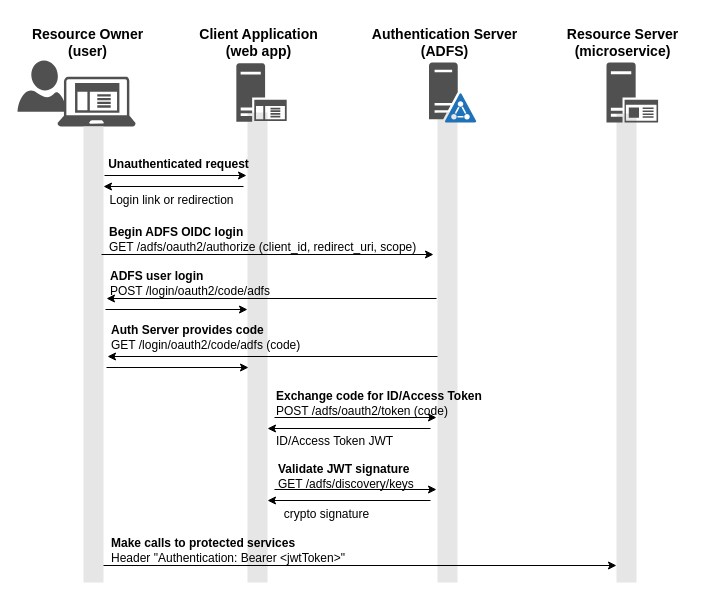
fabianlee/blogcode keeps this draw.io diagram as keycloak/keycloak-oauth2-entities.drawio. Above is the earlier version. Source tidied: cells renumbered, new cells numbered last; positions are measured from the earlier drawing's top-left corner, leaving out a move shared by most shapes. Both pictures are drawn from the tidied source at 100%, with x=0, y=0 at pixel (17, 22). Pictures stored in the file or linked from it are replaced by grey dashed boxes.
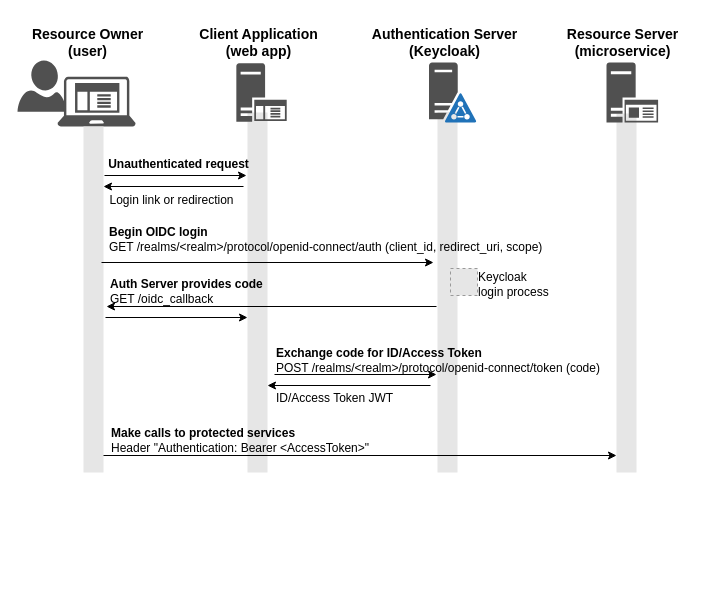
The same page after the edit.

Diff of the diagram source:
```diff
@@
     <mxCell id="2" style="whiteSpace=wrap;html=1;fontSize=14;fillColor=#E6E6E6;strokeColor=none;" parent="1" vertex="1">
-      <mxGeometry x="599" y="91" width="20" height="469" as="geometry" />
+      <mxGeometry x="599" y="91" width="20" height="359" as="geometry" />
     </mxCell>
     <mxCell id="3" style="whiteSpace=wrap;html=1;fontSize=14;fillColor=#E6E6E6;strokeColor=none;" parent="1" vertex="1">
-      <mxGeometry x="420" y="89.3" width="20" height="470.7" as="geometry" />
+      <mxGeometry x="420" y="89.3" width="20" height="360.7" as="geometry" />
     </mxCell>
     <mxCell id="4" style="whiteSpace=wrap;html=1;fontSize=14;fillColor=#E6E6E6;strokeColor=none;" parent="1" vertex="1">
-      <mxGeometry x="230" y="90" width="20" height="470" as="geometry" />
+      <mxGeometry x="230" y="90" width="20" height="360" as="geometry" />
     </mxCell>
@@
-    <mxCell id="12" value="&lt;div&gt;&lt;b&gt;&lt;font style=&quot;font-size: 14px&quot;&gt;Authentication Server&lt;/font&gt;&lt;/b&gt;&lt;/div&gt;&lt;div&gt;&lt;b&gt;&lt;font style=&quot;font-size: 14px&quot;&gt;(ADFS)&lt;br&gt;&lt;/font&gt;&lt;/b&gt;&lt;/div&gt;" style="text;html=1;align=center;verticalAlign=middle;fillColor=none;strokeColor=none;rounded=0;" parent="1" vertex="1">
-      <mxGeometry x="347" width="160" height="40" as="geometry" />
+    <mxCell id="12" value="&lt;div&gt;&lt;b&gt;&lt;font style=&quot;font-size: 14px&quot;&gt;Authentication Server&lt;/font&gt;&lt;/b&gt;&lt;/div&gt;&lt;div&gt;&lt;b&gt;&lt;font style=&quot;font-size: 14px&quot;&gt;(Keycloak)&lt;br&gt;&lt;/font&gt;&lt;/b&gt;&lt;/div&gt;" style="text;html=1;align=center;verticalAlign=middle;fillColor=none;strokeColor=none;rounded=0;" parent="1" vertex="1">
+      <mxGeometry x="342" y="-5" width="170" height="50" as="geometry" />
     </mxCell>
@@
     <mxCell id="14" style="whiteSpace=wrap;html=1;fontSize=14;fillColor=#E6E6E6;strokeColor=none;" parent="1" vertex="1">
-      <mxGeometry x="66" y="104" width="20" height="456" as="geometry" />
+      <mxGeometry x="66" y="104" width="20" height="346" as="geometry" />
     </mxCell>
@@
     <mxCell id="19" style="endArrow=classic;html=1;rounded=0;" parent="1" edge="1">
       <mxGeometry relative="1" as="geometry">
-        <mxPoint x="84" y="232" as="sourcePoint" />
-        <mxPoint x="416" y="232" as="targetPoint" />
+        <mxPoint x="84" y="240" as="sourcePoint" />
+        <mxPoint x="416" y="240" as="targetPoint" />
       </mxGeometry>
     </mxCell>
     <mxCell id="20" style="endArrow=classic;html=1;rounded=0;" parent="1" edge="1">
       <mxGeometry relative="1" as="geometry">
-        <mxPoint x="419" y="276" as="sourcePoint" />
-        <mxPoint x="89" y="276" as="targetPoint" />
+        <mxPoint x="419" y="284" as="sourcePoint" />
+        <mxPoint x="89" y="284" as="targetPoint" />
       </mxGeometry>
     </mxCell>
-    <mxCell id="21" value="&lt;div align=&quot;left&quot;&gt;&lt;b&gt;Begin ADFS OIDC login&lt;/b&gt;&lt;br&gt;&lt;/div&gt;&lt;div align=&quot;left&quot;&gt;GET /adfs/oauth2/authorize (client_id, redirect_uri, scope)&lt;/div&gt;" style="text;html=1;align=left;verticalAlign=middle;fillColor=none;strokeColor=none;rounded=0;fontStyle=0;" parent="1" vertex="1">
-      <mxGeometry x="90" y="202" width="320" height="30" as="geometry" />
+    <mxCell id="21" value="&lt;div align=&quot;left&quot;&gt;&lt;b&gt;Begin OIDC login&lt;/b&gt;&lt;br&gt;&lt;/div&gt;&lt;div align=&quot;left&quot;&gt;GET /realms/&amp;lt;realm&amp;gt;/protocol/openid-connect/auth (client_id, redirect_uri, scope)&lt;/div&gt;" style="text;html=1;align=left;verticalAlign=middle;fillColor=none;strokeColor=none;rounded=0;fontStyle=0;" parent="1" vertex="1">
+      <mxGeometry x="90" y="197" width="460" height="40" as="geometry" />
     </mxCell>
-    <mxCell id="22" value="&lt;div align=&quot;left&quot;&gt;&lt;b&gt;ADFS user login&lt;/b&gt;&lt;br&gt;&lt;/div&gt;&lt;div align=&quot;left&quot;&gt;POST /login/oauth2/code/adfs&lt;/div&gt;" style="text;html=1;align=left;verticalAlign=middle;fillColor=none;strokeColor=none;rounded=0;" parent="1" vertex="1">
-      <mxGeometry x="91" y="246" width="180" height="30" as="geometry" />
+    <mxCell id="22" value="&lt;div align=&quot;left&quot;&gt;&lt;b&gt;Auth Server provides code&lt;/b&gt;&lt;br&gt;&lt;/div&gt;&lt;div align=&quot;left&quot;&gt;GET /oidc_callback&lt;/div&gt;" style="text;html=1;align=left;verticalAlign=middle;fillColor=none;strokeColor=none;rounded=0;" parent="1" vertex="1">
+      <mxGeometry x="91" y="249" width="180" height="40" as="geometry" />
     </mxCell>
     <mxCell id="23" style="endArrow=classic;html=1;rounded=0;" parent="1" edge="1">
       <mxGeometry relative="1" as="geometry">
-        <mxPoint x="88" y="287" as="sourcePoint" />
-        <mxPoint x="230" y="287" as="targetPoint" />
+        <mxPoint x="88" y="295" as="sourcePoint" />
+        <mxPoint x="230" y="295" as="targetPoint" />
       </mxGeometry>
     </mxCell>
-    <mxCell id="24" style="endArrow=classic;html=1;rounded=0;" parent="1" edge="1">
-      <mxGeometry relative="1" as="geometry">
-        <mxPoint x="420" y="334" as="sourcePoint" />
-        <mxPoint x="90" y="334" as="targetPoint" />
-      </mxGeometry>
-    </mxCell>
-    <mxCell id="25" value="&lt;div&gt;&lt;b&gt;Auth Server provides code&lt;/b&gt;&lt;br&gt;&lt;/div&gt;&lt;div&gt;GET /login/oauth2/code/adfs (code)&lt;/div&gt;" style="text;html=1;align=left;verticalAlign=middle;fillColor=none;strokeColor=none;rounded=0;" parent="1" vertex="1">
-      <mxGeometry x="92" y="300" width="210" height="30" as="geometry" />
-    </mxCell>
-    <mxCell id="26" style="endArrow=classic;html=1;rounded=0;" parent="1" edge="1">
-      <mxGeometry relative="1" as="geometry">
-        <mxPoint x="89" y="345" as="sourcePoint" />
-        <mxPoint x="231" y="345" as="targetPoint" />
-      </mxGeometry>
-    </mxCell>
     <mxCell id="27" style="endArrow=classic;html=1;rounded=0;" parent="1" edge="1">
       <mxGeometry relative="1" as="geometry">
-        <mxPoint x="257" y="395" as="sourcePoint" />
-        <mxPoint x="419" y="395" as="targetPoint" />
+        <mxPoint x="257" y="352" as="sourcePoint" />
+        <mxPoint x="419" y="352" as="targetPoint" />
       </mxGeometry>
     </mxCell>
     <mxCell id="28" style="endArrow=classic;html=1;rounded=0;" parent="1" edge="1">
       <mxGeometry relative="1" as="geometry">
-        <mxPoint x="413" y="406" as="sourcePoint" />
-        <mxPoint x="250" y="406" as="targetPoint" />
+        <mxPoint x="413" y="363" as="sourcePoint" />
+        <mxPoint x="250" y="363" as="targetPoint" />
       </mxGeometry>
     </mxCell>
-    <mxCell id="29" value="&lt;div&gt;&lt;b&gt;Exchange code for ID/Access Token&lt;/b&gt;&lt;br&gt;&lt;/div&gt;&lt;div&gt;POST /adfs/oauth2/token (code)&lt;br&gt;&lt;/div&gt;" style="text;html=1;align=left;verticalAlign=middle;fillColor=none;strokeColor=none;rounded=0;" parent="1" vertex="1">
-      <mxGeometry x="256.5" y="361" width="230" height="40" as="geometry" />
+    <mxCell id="29" value="&lt;div&gt;&lt;b&gt;Exchange code for ID/Access Token&lt;/b&gt;&lt;br&gt;&lt;/div&gt;&lt;div&gt;POST /realms/&amp;lt;realm&amp;gt;/protocol/openid-connect/token (code)&lt;br&gt;&lt;/div&gt;" style="text;html=1;align=left;verticalAlign=middle;fillColor=none;strokeColor=none;rounded=0;" parent="1" vertex="1">
+      <mxGeometry x="256.5" y="318" width="350" height="40" as="geometry" />
     </mxCell>
     <mxCell id="30" value="ID/Access Token JWT" style="text;html=1;align=left;verticalAlign=middle;fillColor=none;strokeColor=none;rounded=0;" parent="1" vertex="1">
-      <mxGeometry x="256.5" y="404" width="140" height="30" as="geometry" />
+      <mxGeometry x="256.5" y="361" width="140" height="30" as="geometry" />
     </mxCell>
-    <mxCell id="31" style="endArrow=classic;html=1;rounded=0;" parent="1" edge="1">
-      <mxGeometry relative="1" as="geometry">
-        <mxPoint x="257" y="467" as="sourcePoint" />
-        <mxPoint x="419" y="467" as="targetPoint" />
-      </mxGeometry>
-    </mxCell>
-    <mxCell id="32" style="endArrow=classic;html=1;rounded=0;" parent="1" edge="1">
-      <mxGeometry relative="1" as="geometry">
-        <mxPoint x="413" y="478" as="sourcePoint" />
-        <mxPoint x="250" y="478" as="targetPoint" />
-      </mxGeometry>
-    </mxCell>
-    <mxCell id="33" value="&lt;div&gt;&lt;b&gt;Validate JWT signature&lt;/b&gt;&lt;br&gt;&lt;/div&gt;&lt;div&gt;GET /adfs/discovery/keys&lt;br&gt;&lt;/div&gt;" style="text;html=1;align=left;verticalAlign=middle;fillColor=none;strokeColor=none;rounded=0;" parent="1" vertex="1">
-      <mxGeometry x="258.5" y="439" width="150" height="30" as="geometry" />
-    </mxCell>
-    <mxCell id="34" value="crypto signature" style="text;html=1;align=center;verticalAlign=middle;fillColor=none;strokeColor=none;rounded=0;" parent="1" vertex="1">
-      <mxGeometry x="258.5" y="482" width="100" height="20" as="geometry" />
-    </mxCell>
     <mxCell id="35" style="endArrow=classic;html=1;rounded=0;" parent="1" edge="1">
       <mxGeometry relative="1" as="geometry">
-        <mxPoint x="86" y="543" as="sourcePoint" />
-        <mxPoint x="599" y="543" as="targetPoint" />
+        <mxPoint x="86" y="433" as="sourcePoint" />
+        <mxPoint x="599" y="433" as="targetPoint" />
       </mxGeometry>
     </mxCell>
-    <mxCell id="36" value="&lt;div align=&quot;left&quot;&gt;&lt;b&gt;Make calls to protected services&lt;/b&gt;&lt;br&gt;&lt;/div&gt;&lt;div align=&quot;left&quot;&gt;Header &quot;Authentication: Bearer &amp;lt;jwtToken&amp;gt;&quot;&lt;br&gt;&lt;/div&gt;" style="text;html=1;align=left;verticalAlign=middle;fillColor=none;strokeColor=none;rounded=0;fontStyle=0;" parent="1" vertex="1">
-      <mxGeometry x="92" y="513" width="250" height="30" as="geometry" />
+    <mxCell id="36" value="&lt;div align=&quot;left&quot;&gt;&lt;b&gt;Make calls to protected services&lt;/b&gt;&lt;br&gt;&lt;/div&gt;&lt;div align=&quot;left&quot;&gt;Header &quot;Authentication: Bearer &amp;lt;AccessToken&amp;gt;&quot;&lt;br&gt;&lt;/div&gt;" style="text;html=1;align=left;verticalAlign=middle;fillColor=none;strokeColor=none;rounded=0;fontStyle=0;" parent="1" vertex="1">
+      <mxGeometry x="92" y="398" width="280" height="40" as="geometry" />
     </mxCell>
+    <mxCell id="37" style="fillColor=#E6E6E6;strokeColor=#999999;dashed=1;html=1;verticalAlign=top;verticalLabelPosition=bottom;labelBackgroundColor=#ffffff;fontColor=#808080;" parent="1" vertex="1">
+      <mxGeometry x="433" y="246" width="27" height="27" as="geometry" />
+    </mxCell>
+    <mxCell id="38" value="&lt;div&gt;Keycloak&lt;/div&gt;&lt;div&gt;login process&lt;br&gt;&lt;/div&gt;" style="text;html=1;align=left;verticalAlign=middle;fillColor=none;strokeColor=none;rounded=0;" parent="1" vertex="1">
+      <mxGeometry x="459" y="242" width="90" height="40" as="geometry" />
+    </mxCell>
```
